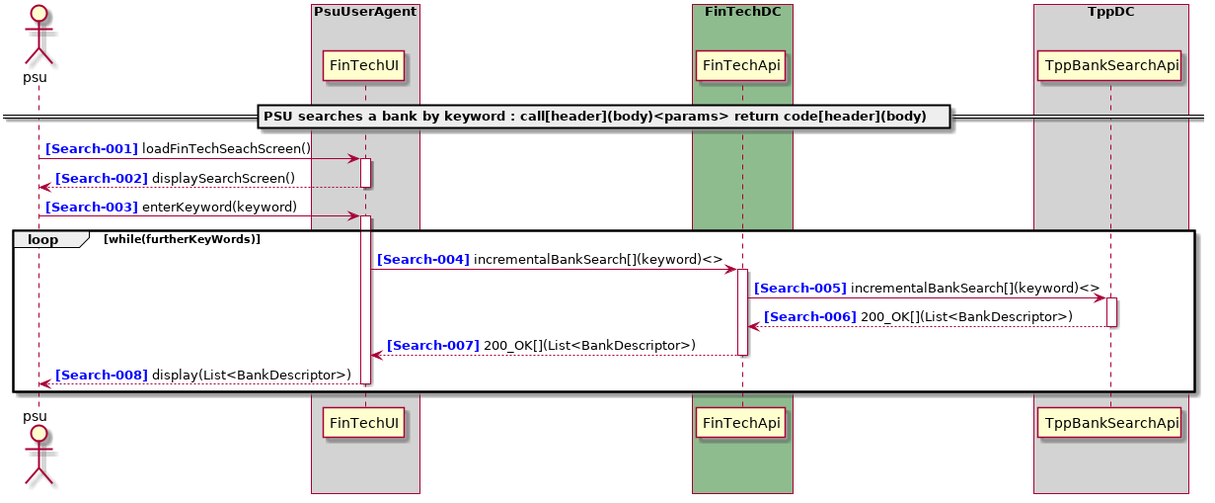
Before: doc/develop/architecture/diagrams/useCases/2-searchBank.png, a diagram exported from PlantUML (adorsys/open-banking-gateway). Source of this version:
```plantuml
@startuml

autonumber "<b><color blue>[Search-000]</color></b>"
actor psu

box "PsuUserAgent" #LightGray
    participant "FinTechUI" as FinTechUI
end box
box "FinTechDC" #DarkSeaGreen
    participant "FinTechApi" as FinTechApi
end box
box "TppDC" #LightGray
    participant "TppBankSearchApi" as TppBankSearchApi

end box
box "AspspDC" #LightSkyBlue
end box

== PSU searches a bank by keyword : call[header](body)<params> return code[header](body) ==

psu -> FinTechUI ++ : loadFinTechSeachScreen()
return displaySearchScreen()
psu -> FinTechUI ++ : enterKeyword(keyword)
loop while(furtherKeyWords)
FinTechUI -> FinTechApi ++ : incrementalBankSearch[](keyword)<>
FinTechApi -> TppBankSearchApi ++ : incrementalBankSearch[](keyword)<>
return 200_OK[](List<BankDescriptor>)
return 200_OK[](List<BankDescriptor>)
return display(List<BankDescriptor>)
end
@enduml
```
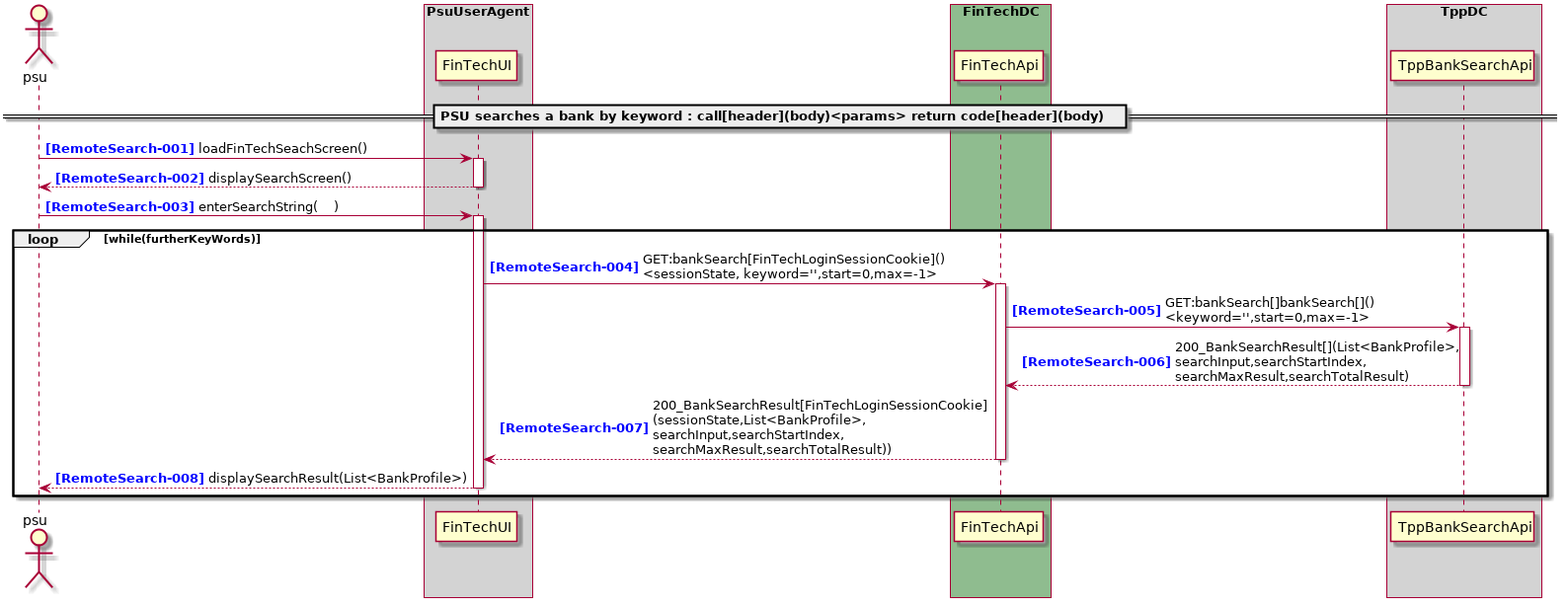
The same file after the commit.

What changed in the source:
```diff
@@ -1,6 +1,6 @@
 @startuml
 
-autonumber "<b><color blue>[Search-000]</color></b>"
+autonumber "<b><color blue>[RemoteSearch-000]</color></b>"
 actor psu
 
 box "PsuUserAgent" #LightGray
@@ -20,12 +20,12 @@
 
 psu -> FinTechUI ++ : loadFinTechSeachScreen()
 return displaySearchScreen()
-psu -> FinTechUI ++ : enterKeyword(keyword)
+psu -> FinTechUI ++ : enterSearchString(    )
 loop while(furtherKeyWords)
-FinTechUI -> FinTechApi ++ : incrementalBankSearch[](keyword)<>
-FinTechApi -> TppBankSearchApi ++ : incrementalBankSearch[](keyword)<>
-return 200_OK[](List<BankDescriptor>)
-return 200_OK[](List<BankDescriptor>)
-return display(List<BankDescriptor>)
+FinTechUI -> FinTechApi ++ : GET:bankSearch[FinTechLoginSessionCookie]()\n<sessionState, keyword='',start=0,max=-1>
+FinTechApi -> TppBankSearchApi ++ : GET:bankSearch[]bankSearch[]()\n<keyword='',start=0,max=-1>
+return 200_BankSearchResult[](List<BankProfile>,\nsearchInput,searchStartIndex,\nsearchMaxResult,searchTotalResult)
+return 200_BankSearchResult[FinTechLoginSessionCookie]\n(sessionState,List<BankProfile>,\nsearchInput,searchStartIndex,\nsearchMaxResult,searchTotalResult))
+return displaySearchResult(List<BankProfile>)
 end
 @enduml
```
